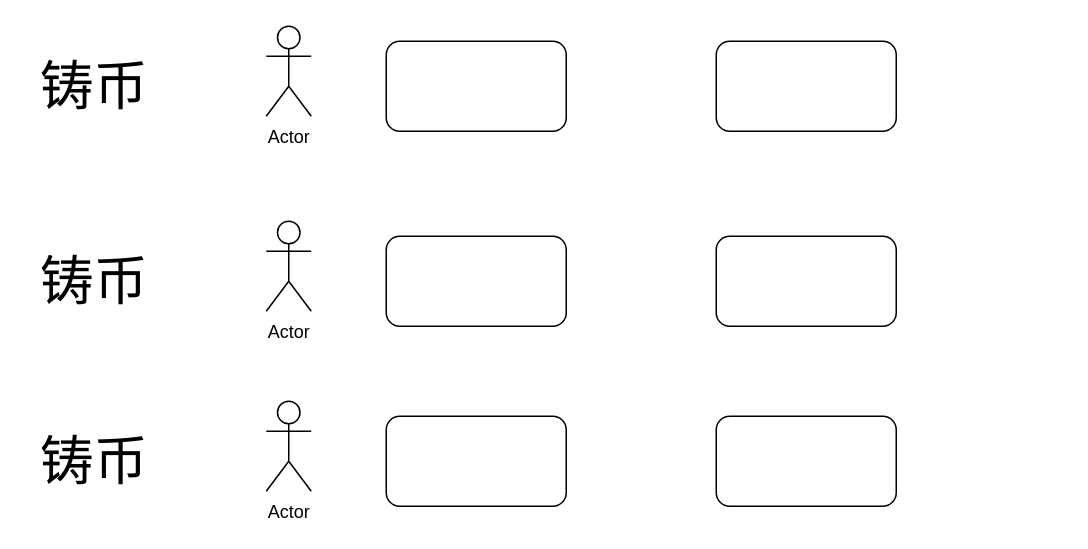
Before: 未命名绘图.drawio in herryho/Team2, a draw.io diagram. Source tidied: cells renumbered, new cells numbered last; positions are measured from the earlier drawing's top-left corner, leaving out a move shared by most shapes. Both pictures are drawn from the tidied source at 150%, with x=0, y=0 at pixel (26, 26).
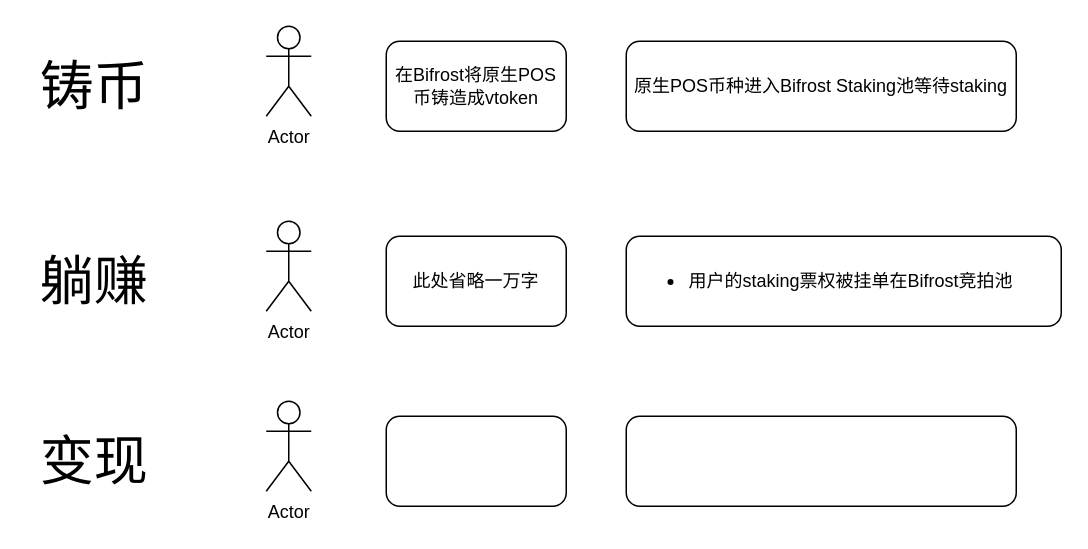
The same page after the edit.

Commit message (it also covers changes not shown here):
更新未命名绘图.drawio

The edit, as a diff of the source:
```diff
@@
 <mxGraphModel>
   <root>
     <mxCell id="0" />
     <mxCell id="1" parent="0" />
     <mxCell id="2" value="Actor" style="shape=umlActor;verticalLabelPosition=bottom;verticalAlign=top;html=1;" parent="1" vertex="1">
       <mxGeometry x="160" width="30" height="60" as="geometry" />
     </mxCell>
-    <mxCell id="3" style="rounded=1;whiteSpace=wrap;html=1;" parent="1" vertex="1">
+    <mxCell id="3" value="在Bifrost将原生POS币铸造成vtoken" style="rounded=1;whiteSpace=wrap;html=1;" parent="1" vertex="1">
       <mxGeometry x="240" y="10" width="120" height="60" as="geometry" />
     </mxCell>
-    <mxCell id="4" style="rounded=1;whiteSpace=wrap;html=1;" parent="1" vertex="1">
-      <mxGeometry x="460" y="10" width="120" height="60" as="geometry" />
+    <mxCell id="4" value="原生POS币种进入Bifrost Staking池等待staking" style="rounded=1;whiteSpace=wrap;html=1;" parent="1" vertex="1">
+      <mxGeometry x="400" y="10" width="260" height="60" as="geometry" />
     </mxCell>
     <mxCell id="5" value="&lt;font style=&quot;font-size: 36px&quot;&gt;铸币&lt;/font&gt;" style="text;html=1;align=center;verticalAlign=middle;" parent="1" vertex="1">
       <mxGeometry y="25" width="90" height="30" as="geometry" />
     </mxCell>
     <mxCell id="6" value="Actor" style="shape=umlActor;verticalLabelPosition=bottom;verticalAlign=top;html=1;" parent="1" vertex="1">
       <mxGeometry x="160" y="130" width="30" height="60" as="geometry" />
     </mxCell>
-    <mxCell id="7" style="rounded=1;whiteSpace=wrap;html=1;" parent="1" vertex="1">
+    <mxCell id="7" value="此处省略一万字" style="rounded=1;whiteSpace=wrap;html=1;" parent="1" vertex="1">
       <mxGeometry x="240" y="140" width="120" height="60" as="geometry" />
     </mxCell>
-    <mxCell id="8" style="rounded=1;whiteSpace=wrap;html=1;" parent="1" vertex="1">
-      <mxGeometry x="460" y="140" width="120" height="60" as="geometry" />
+    <mxCell id="8" value="&lt;ul&gt;&lt;li&gt;用户的staking票权被挂单在Bifrost竞拍池&lt;/li&gt;&lt;/ul&gt;" style="rounded=1;whiteSpace=wrap;html=1;align=left;" parent="1" vertex="1">
+      <mxGeometry x="400" y="140" width="290" height="60" as="geometry" />
     </mxCell>
-    <mxCell id="9" value="&lt;font style=&quot;font-size: 36px&quot;&gt;铸币&lt;/font&gt;" style="text;html=1;align=center;verticalAlign=middle;" parent="1" vertex="1">
+    <mxCell id="9" value="&lt;span style=&quot;font-size: 36px&quot;&gt;躺赚&lt;/span&gt;" style="text;html=1;align=center;verticalAlign=middle;" parent="1" vertex="1">
       <mxGeometry y="155" width="90" height="30" as="geometry" />
     </mxCell>
     <mxCell id="10" value="Actor" style="shape=umlActor;verticalLabelPosition=bottom;verticalAlign=top;html=1;" parent="1" vertex="1">
       <mxGeometry x="160" y="250" width="30" height="60" as="geometry" />
     </mxCell>
     <mxCell id="11" style="rounded=1;whiteSpace=wrap;html=1;" parent="1" vertex="1">
       <mxGeometry x="240" y="260" width="120" height="60" as="geometry" />
     </mxCell>
     <mxCell id="12" style="rounded=1;whiteSpace=wrap;html=1;" parent="1" vertex="1">
-      <mxGeometry x="460" y="260" width="120" height="60" as="geometry" />
+      <mxGeometry x="400" y="260" width="260" height="60" as="geometry" />
     </mxCell>
-    <mxCell id="13" value="&lt;font style=&quot;font-size: 36px&quot;&gt;铸币&lt;/font&gt;" style="text;html=1;align=center;verticalAlign=middle;" parent="1" vertex="1">
+    <mxCell id="13" value="&lt;span style=&quot;font-size: 36px&quot;&gt;变现&lt;/span&gt;" style="text;html=1;align=center;verticalAlign=middle;" parent="1" vertex="1">
       <mxGeometry y="275" width="90" height="30" as="geometry" />
     </mxCell>
   </root>
 </mxGraphModel>
```
